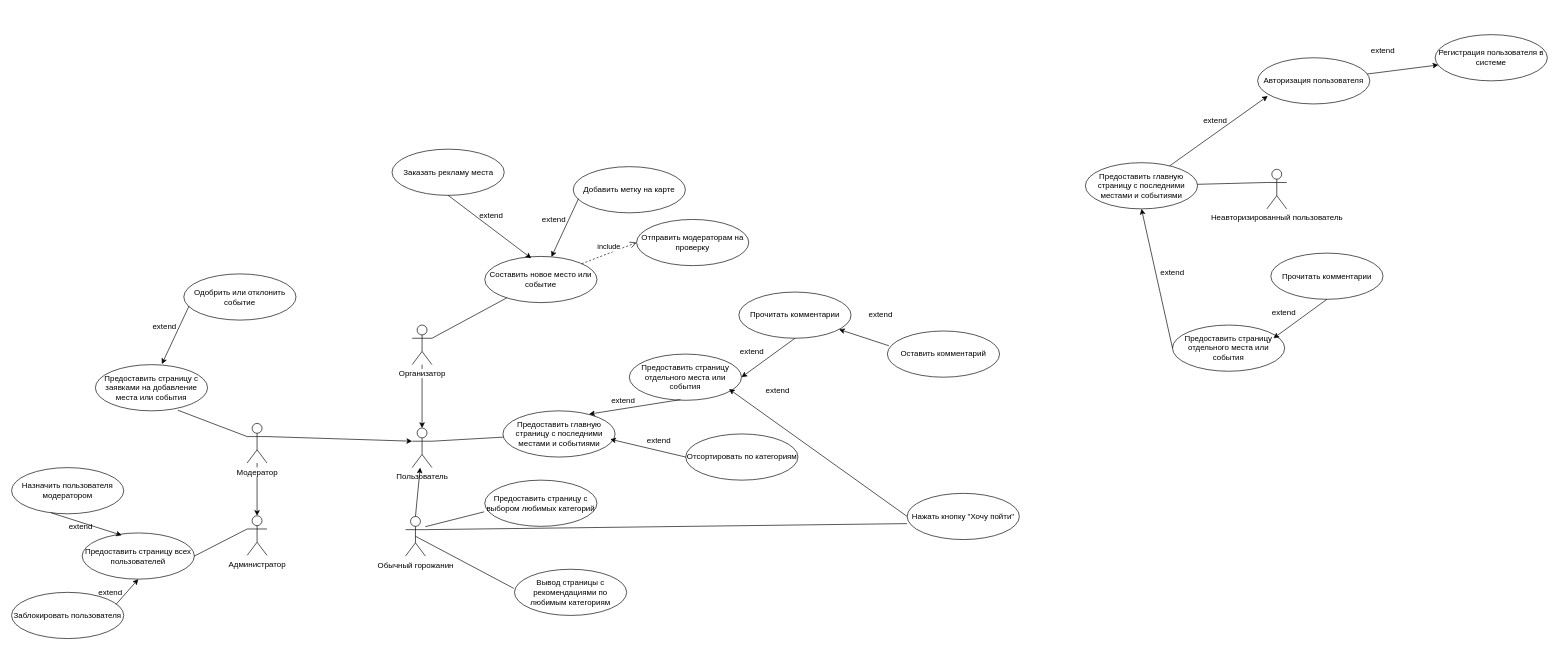
melstr/UML keeps this draw.io diagram as Untitled Diagram.drawio. Above is the earlier version. Source tidied: cells renumbered, new cells numbered last; positions are measured from the earlier drawing's top-left corner, leaving out a move shared by most shapes. Both pictures are drawn from the tidied source at 66%, with x=0, y=0 at pixel (11, 34).
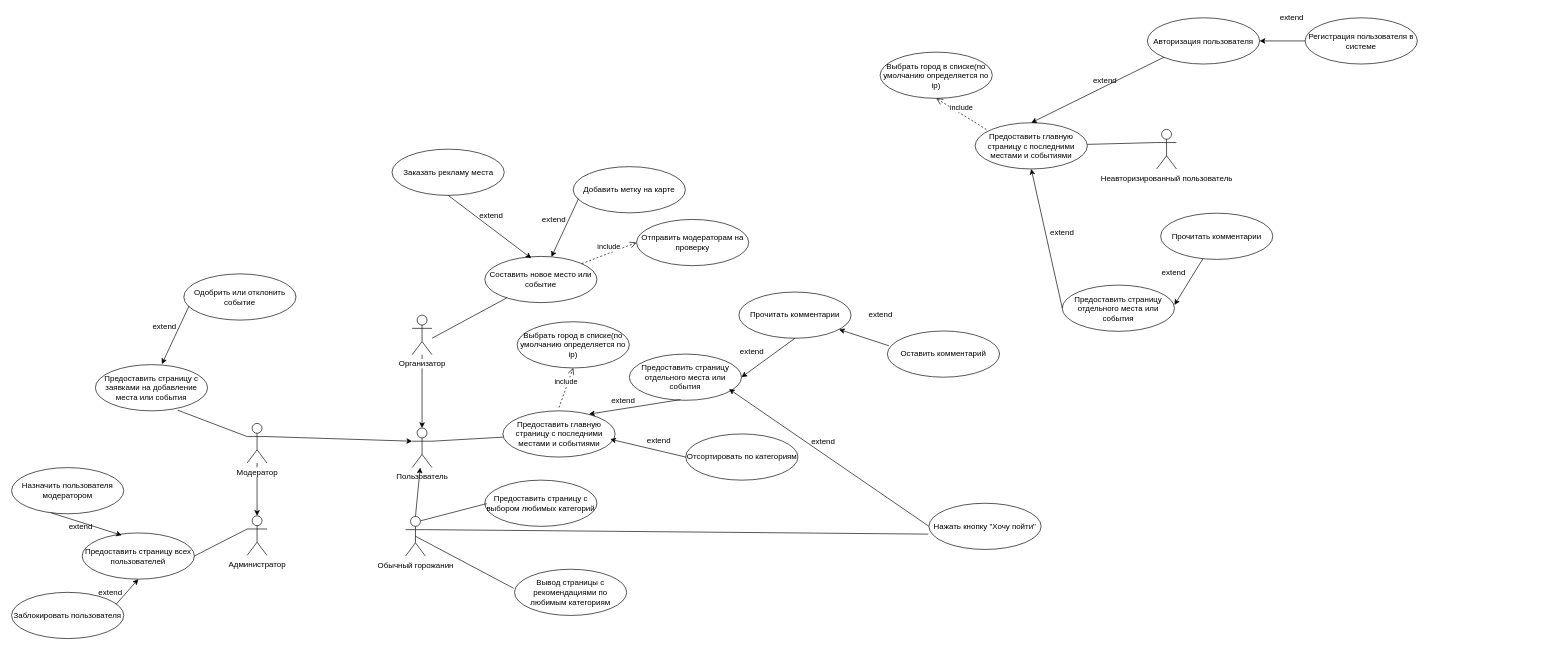
The same diagram, later.

The change refers to these unchanged cells:
```xml
<mxCell id="11" value="Обычный горожанин" style="shape=umlActor;verticalLabelPosition=bottom;labelBackgroundColor=#ffffff;verticalAlign=top;html=1;outlineConnect=0;" parent="1" vertex="1">
  <mxGeometry x="597" y="730" width="30" height="60" as="geometry" />
</mxCell>
<mxCell id="14" value="Предоставить страницу с выбором любимых категорий" style="ellipse;whiteSpace=wrap;html=1;fillColor=none;" parent="1" vertex="1">
  <mxGeometry x="717" y="675" width="170" height="70" as="geometry" />
</mxCell>
```

What changed in the source:
```diff
@@
     <mxCell id="3" value="Авторизация пользователя" style="ellipse;whiteSpace=wrap;html=1;fillColor=none;" parent="1" vertex="1">
-      <mxGeometry x="1888" y="35" width="170" height="70" as="geometry" />
+      <mxGeometry x="1721" y="-25.5" width="170" height="70" as="geometry" />
     </mxCell>
@@
-    <mxCell id="6" style="endArrow=classic;html=1;entryX=0.09;entryY=0.829;entryDx=0;entryDy=0;entryPerimeter=0;" parent="1" edge="1" source="24" target="3">
+    <mxCell id="6" style="endArrow=classic;html=1;entryX=0.5;entryY=0;entryDx=0;entryDy=0;exitX=0;exitY=1;exitDx=0;exitDy=0;" parent="1" edge="1" source="3" target="24">
       <mxGeometry relative="1" as="geometry" />
     </mxCell>
     <mxCell id="7" value="extend" style="text;html=1;strokeColor=none;fillColor=none;align=center;verticalAlign=middle;whiteSpace=wrap;rounded=0;" parent="1" vertex="1">
-      <mxGeometry x="1804" y="120" width="40" height="20" as="geometry" />
+      <mxGeometry x="1637" y="59.5" width="40" height="20" as="geometry" />
     </mxCell>
     <mxCell id="8" value="Регистрация пользователя в системе" style="ellipse;whiteSpace=wrap;html=1;fillColor=none;" parent="1" vertex="1">
-      <mxGeometry x="2157" width="170" height="70" as="geometry" />
+      <mxGeometry x="1960" y="-25.5" width="170" height="70" as="geometry" />
     </mxCell>
-    <mxCell id="9" style="endArrow=classic;html=1;entryX=0.087;entryY=0.798;entryDx=0;entryDy=0;entryPerimeter=0;" parent="1" edge="1" source="3">
-      <mxGeometry relative="1" as="geometry">
-        <mxPoint x="2161.8" y="45.9" as="targetPoint" />
-      </mxGeometry>
+    <mxCell id="9" style="endArrow=classic;html=1;entryX=1;entryY=0.5;entryDx=0;entryDy=0;exitX=0;exitY=0.5;exitDx=0;exitDy=0;" parent="1" edge="1" source="8" target="3">
+      <mxGeometry relative="1" as="geometry" />
     </mxCell>
     <mxCell id="10" value="extend" style="text;html=1;strokeColor=none;fillColor=none;align=center;verticalAlign=middle;whiteSpace=wrap;rounded=0;" parent="1" vertex="1">
-      <mxGeometry x="2058" y="15" width="40" height="20" as="geometry" />
+      <mxGeometry x="1920" y="-35.5" width="40" height="20" as="geometry" />
     </mxCell>
@@
-    <mxCell id="13" style="endArrow=none;html=1;exitX=1;exitY=0.3333333333333333;exitDx=0;exitDy=0;exitPerimeter=0;entryX=-0.006;entryY=0.686;entryDx=0;entryDy=0;entryPerimeter=0;" parent="1" edge="1" target="14">
+    <mxCell id="13" style="endArrow=none;html=1;" parent="1" edge="1">
       <mxGeometry relative="1" as="geometry">
-        <mxPoint x="627" y="745.5" as="sourcePoint" />
+        <mxPoint x="620" y="736.5" as="sourcePoint" />
+        <mxPoint x="720" y="710.5" as="targetPoint" />
       </mxGeometry>
     </mxCell>
@@
     <mxCell id="23" value="Неавторизированный пользователь" style="shape=umlActor;verticalLabelPosition=bottom;labelBackgroundColor=#ffffff;verticalAlign=top;html=1;outlineConnect=0;" parent="1" vertex="1">
-      <mxGeometry x="1902" y="204" width="30" height="60" as="geometry" />
+      <mxGeometry x="1735" y="143.5" width="30" height="60" as="geometry" />
     </mxCell>
     <mxCell id="24" value="Предоставить главную страницу с последними местами и событиями" style="ellipse;whiteSpace=wrap;html=1;fillColor=none;" parent="1" vertex="1">
-      <mxGeometry x="1627" y="194" width="170" height="70" as="geometry" />
+      <mxGeometry x="1460" y="133.5" width="170" height="70" as="geometry" />
     </mxCell>
     <mxCell id="25" value="Предоставить страницу отдельного места или события" style="ellipse;whiteSpace=wrap;html=1;fillColor=none;" parent="1" vertex="1">
-      <mxGeometry x="1759" y="440" width="170" height="70" as="geometry" />
+      <mxGeometry x="1592" y="379.5" width="170" height="70" as="geometry" />
     </mxCell>
@@
     <mxCell id="27" value="extend" style="text;html=1;strokeColor=none;fillColor=none;align=center;verticalAlign=middle;whiteSpace=wrap;rounded=0;" parent="1" vertex="1">
-      <mxGeometry x="1739" y="350" width="40" height="20" as="geometry" />
+      <mxGeometry x="1572" y="289.5" width="40" height="20" as="geometry" />
     </mxCell>
@@
     <mxCell id="29" value="Прочитать комментарии" style="ellipse;whiteSpace=wrap;html=1;fillColor=none;" parent="1" vertex="1">
-      <mxGeometry x="1908" y="331" width="170" height="70" as="geometry" />
+      <mxGeometry x="1741" y="270.5" width="170" height="70" as="geometry" />
     </mxCell>
-    <mxCell id="30" style="endArrow=classic;html=1;exitX=0.5;exitY=1;exitDx=0;exitDy=0;entryX=1;entryY=0.5;entryDx=0;entryDy=0;" parent="1" edge="1" source="29">
+    <mxCell id="30" style="endArrow=classic;html=1;" parent="1" edge="1" source="29">
       <mxGeometry relative="1" as="geometry">
-        <mxPoint x="1912" y="460" as="targetPoint" />
+        <mxPoint x="1762" y="409.5" as="targetPoint" />
       </mxGeometry>
     </mxCell>
     <mxCell id="31" value="extend" style="text;html=1;strokeColor=none;fillColor=none;align=center;verticalAlign=middle;whiteSpace=wrap;rounded=0;" parent="1" vertex="1">
-      <mxGeometry x="1908" y="411" width="40" height="20" as="geometry" />
+      <mxGeometry x="1741" y="350.5" width="40" height="20" as="geometry" />
     </mxCell>
@@
     <mxCell id="34" value="Организатор" style="shape=umlActor;verticalLabelPosition=bottom;labelBackgroundColor=#ffffff;verticalAlign=top;html=1;outlineConnect=0;" parent="1" vertex="1">
-      <mxGeometry x="607" y="440" width="30" height="60" as="geometry" />
+      <mxGeometry x="607" y="425" width="30" height="60" as="geometry" />
     </mxCell>
@@
     <mxCell id="47" value="Нажать кнопку &quot;Хочу пойти&quot;" style="ellipse;whiteSpace=wrap;html=1;fillColor=none;" parent="1" vertex="1">
-      <mxGeometry x="1357" y="695" width="170" height="70" as="geometry" />
+      <mxGeometry x="1390" y="710" width="170" height="70" as="geometry" />
     </mxCell>
@@
     <mxCell id="49" value="extend" style="text;html=1;strokeColor=none;fillColor=none;align=center;verticalAlign=middle;whiteSpace=wrap;rounded=0;" parent="1" vertex="1">
-      <mxGeometry x="1140.5" y="529" width="40" height="20" as="geometry" />
+      <mxGeometry x="1210" y="606" width="40" height="20" as="geometry" />
     </mxCell>
@@
-    <mxCell id="57" style="endArrow=none;html=1;exitX=1;exitY=0.3333333333333333;exitDx=0;exitDy=0;exitPerimeter=0;entryX=-0.002;entryY=0.655;entryDx=0;entryDy=0;entryPerimeter=0;" parent="1" edge="1" source="11" target="47">
+    <mxCell id="57" style="endArrow=none;html=1;exitX=1;exitY=0.3333333333333333;exitDx=0;exitDy=0;exitPerimeter=0;entryX=-0.006;entryY=0.668;entryDx=0;entryDy=0;entryPerimeter=0;" parent="1" edge="1" source="11" target="47">
       <mxGeometry relative="1" as="geometry" />
     </mxCell>
@@
+    <mxCell id="71" value="include" style="html=1;verticalAlign=bottom;endArrow=open;dashed=1;endSize=8;entryX=0.5;entryY=1;entryDx=0;entryDy=0;exitX=0.5;exitY=0;exitDx=0;exitDy=0;" parent="1" edge="1" target="72">
+      <mxGeometry relative="1" as="geometry">
+        <mxPoint x="829.5" y="565" as="sourcePoint" />
+      </mxGeometry>
+    </mxCell>
+    <mxCell id="72" value="Выбрать город в списке(по умолчанию определяется по ip)" style="ellipse;whiteSpace=wrap;html=1;fillColor=none;" parent="1" vertex="1">
+      <mxGeometry x="766" y="435" width="170" height="70" as="geometry" />
+    </mxCell>
+    <mxCell id="73" value="include" style="html=1;verticalAlign=bottom;endArrow=open;dashed=1;endSize=8;entryX=0.5;entryY=1;entryDx=0;entryDy=0;exitX=0.036;exitY=0.353;exitDx=0;exitDy=0;exitPerimeter=0;" parent="1" edge="1" target="74">
+      <mxGeometry relative="1" as="geometry">
+        <mxPoint x="1477.1" y="143.7" as="sourcePoint" />
+      </mxGeometry>
+    </mxCell>
+    <mxCell id="74" value="Выбрать город в списке(по умолчанию определяется по ip)" style="ellipse;whiteSpace=wrap;html=1;fillColor=none;" parent="1" vertex="1">
+      <mxGeometry x="1316" y="26.5" width="170" height="70" as="geometry" />
+    </mxCell>
```
